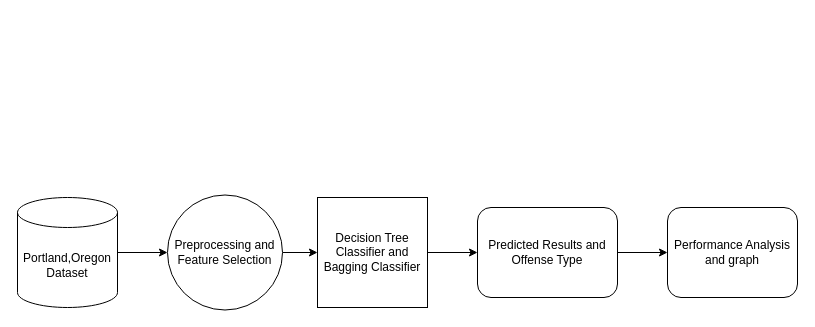
ChanumoluGayathri/System_Design keeps this draw.io diagram as Untitled Diagram.drawio. Above is the earlier version. Source tidied: cells renumbered, new cells numbered last; positions are measured from the earlier drawing's top-left corner, leaving out a move shared by most shapes. Both pictures are drawn from the tidied source at 100%, with x=0, y=0 at pixel (17, 195). Pictures stored in the file or linked from it are replaced by grey dashed boxes.
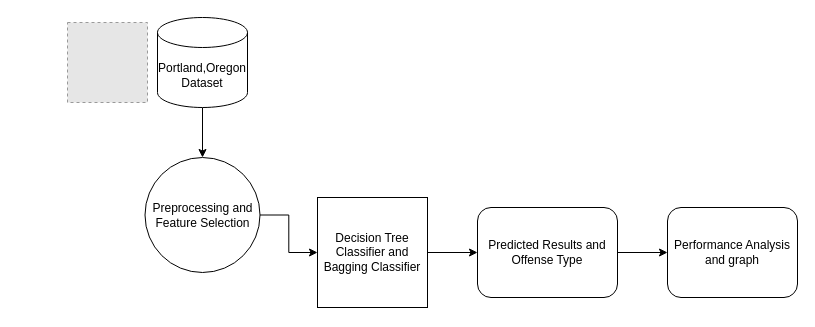
After the change.

What changed in the source:
```diff
@@
 <mxGraphModel>
   <root>
     <mxCell id="0" />
     <mxCell id="1" parent="0" />
     <mxCell id="2" style="edgeStyle=orthogonalEdgeStyle;rounded=0;jettySize=auto;html=1;" parent="1" edge="1" source="3" target="5">
       <mxGeometry relative="1" as="geometry" />
     </mxCell>
     <mxCell id="3" value="Portland,Oregon Dataset" style="shape=cylinder3;whiteSpace=wrap;html=1;boundedLbl=1;backgroundOutline=1;size=15;" parent="1" vertex="1">
-      <mxGeometry y="2" width="100" height="110" as="geometry" />
+      <mxGeometry x="140" y="-178" width="90" height="90" as="geometry" />
     </mxCell>
     <mxCell id="4" style="edgeStyle=orthogonalEdgeStyle;rounded=0;jettySize=auto;html=1;" parent="1" edge="1" source="5" target="7">
       <mxGeometry relative="1" as="geometry" />
     </mxCell>
     <mxCell id="5" value="Preprocessing and Feature Selection" style="ellipse;whiteSpace=wrap;html=1;" parent="1" vertex="1">
-      <mxGeometry x="150" y="-0.5" width="115" height="115" as="geometry" />
+      <mxGeometry x="127.5" y="-38" width="115" height="115" as="geometry" />
     </mxCell>
     <mxCell id="6" style="edgeStyle=orthogonalEdgeStyle;rounded=0;jettySize=auto;html=1;entryX=0;entryY=0.5;entryDx=0;entryDy=0;" parent="1" edge="1" source="7" target="9">
       <mxGeometry relative="1" as="geometry" />
     </mxCell>
     <mxCell id="7" value="Decision Tree Classifier and Bagging Classifier" style="whiteSpace=wrap;html=1;" parent="1" vertex="1">
       <mxGeometry x="300" y="2" width="110" height="110" as="geometry" />
     </mxCell>
     <mxCell id="8" style="edgeStyle=orthogonalEdgeStyle;rounded=0;jettySize=auto;html=1;" parent="1" edge="1" source="9" target="10">
       <mxGeometry relative="1" as="geometry" />
     </mxCell>
     <mxCell id="9" value="Predicted Results and Offense Type" style="rounded=1;whiteSpace=wrap;html=1;" parent="1" vertex="1">
       <mxGeometry x="460" y="12" width="140" height="90" as="geometry" />
     </mxCell>
     <mxCell id="10" value="Performance Analysis and graph" style="rounded=1;whiteSpace=wrap;html=1;" parent="1" vertex="1">
       <mxGeometry x="650" y="12" width="130" height="90" as="geometry" />
     </mxCell>
+    <mxCell id="11" style="fillColor=#E6E6E6;strokeColor=#999999;dashed=1;verticalLabelPosition=bottom;labelBackgroundColor=default;verticalAlign=top;" parent="1" vertex="1">
+      <mxGeometry x="50" y="-173" width="80" height="80" as="geometry" />
+    </mxCell>
   </root>
 </mxGraphModel>
```
